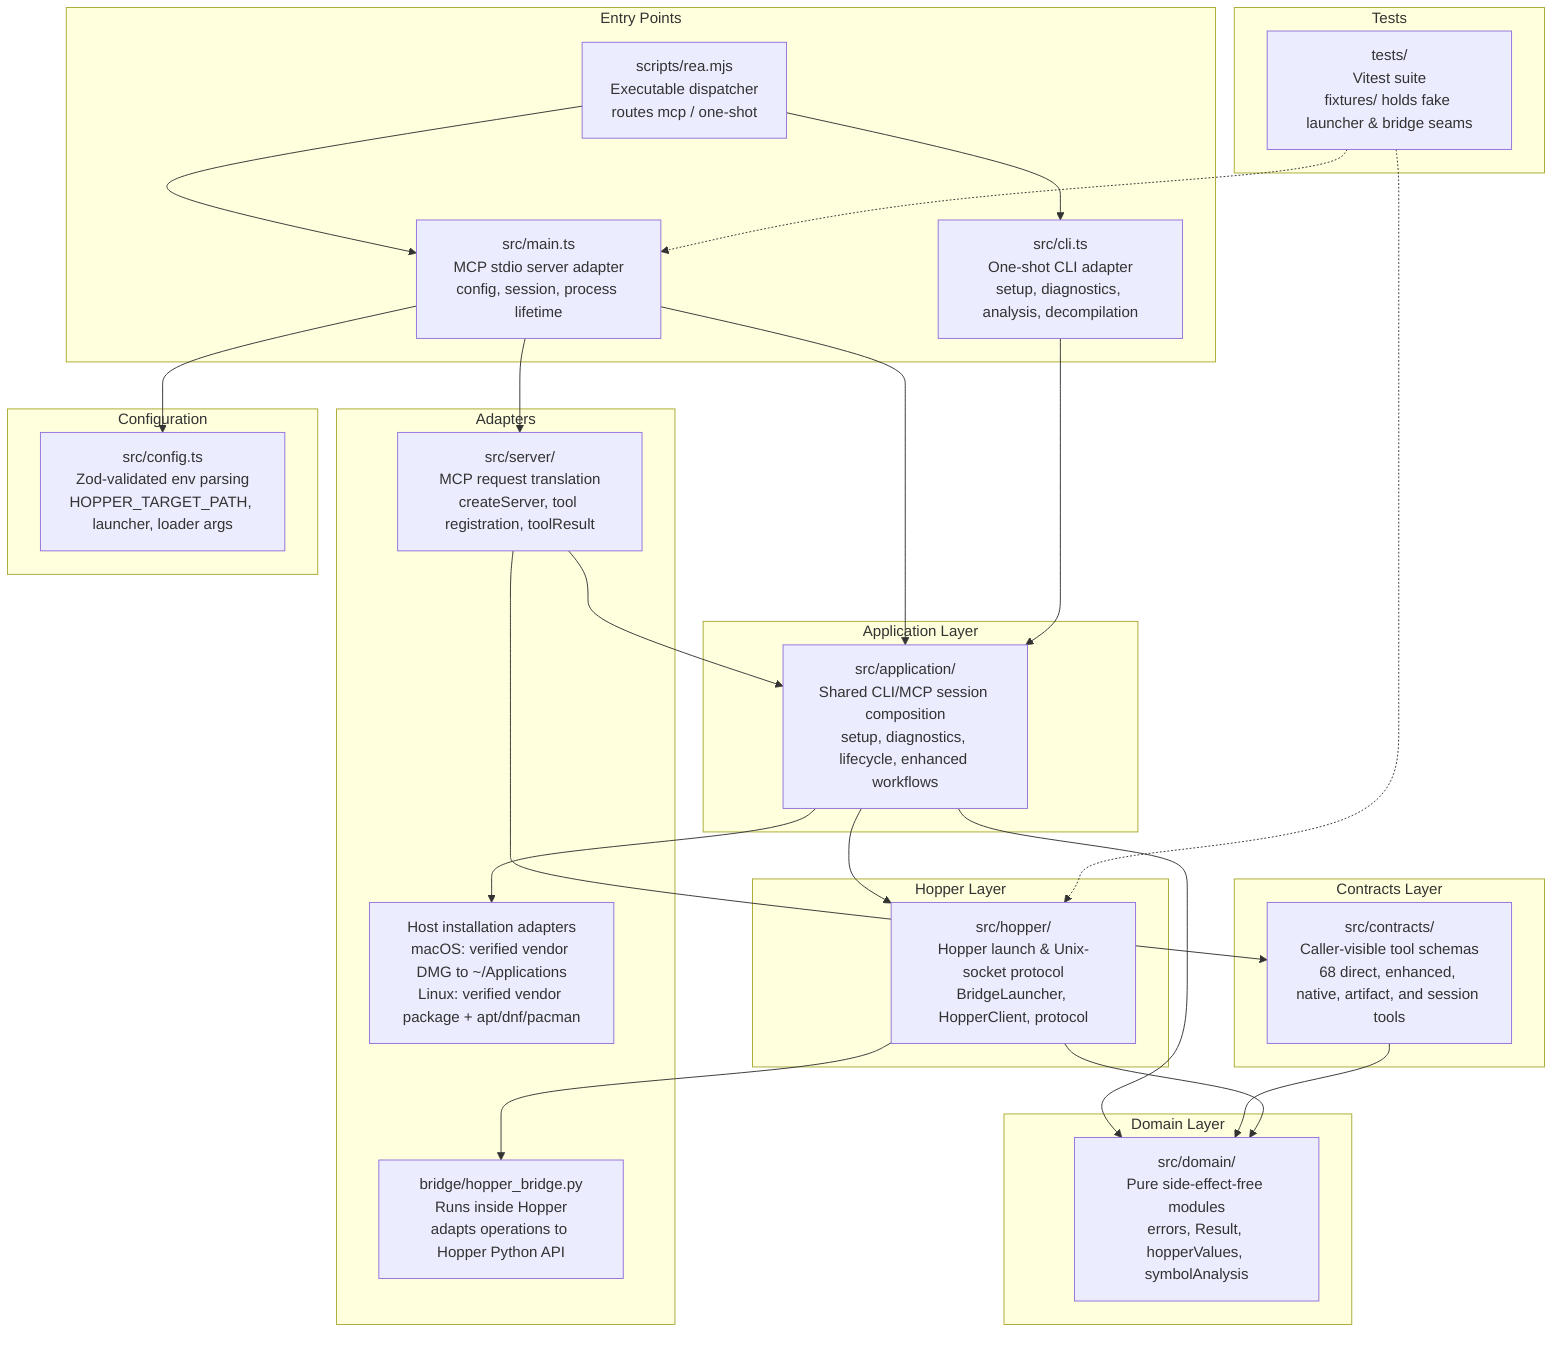
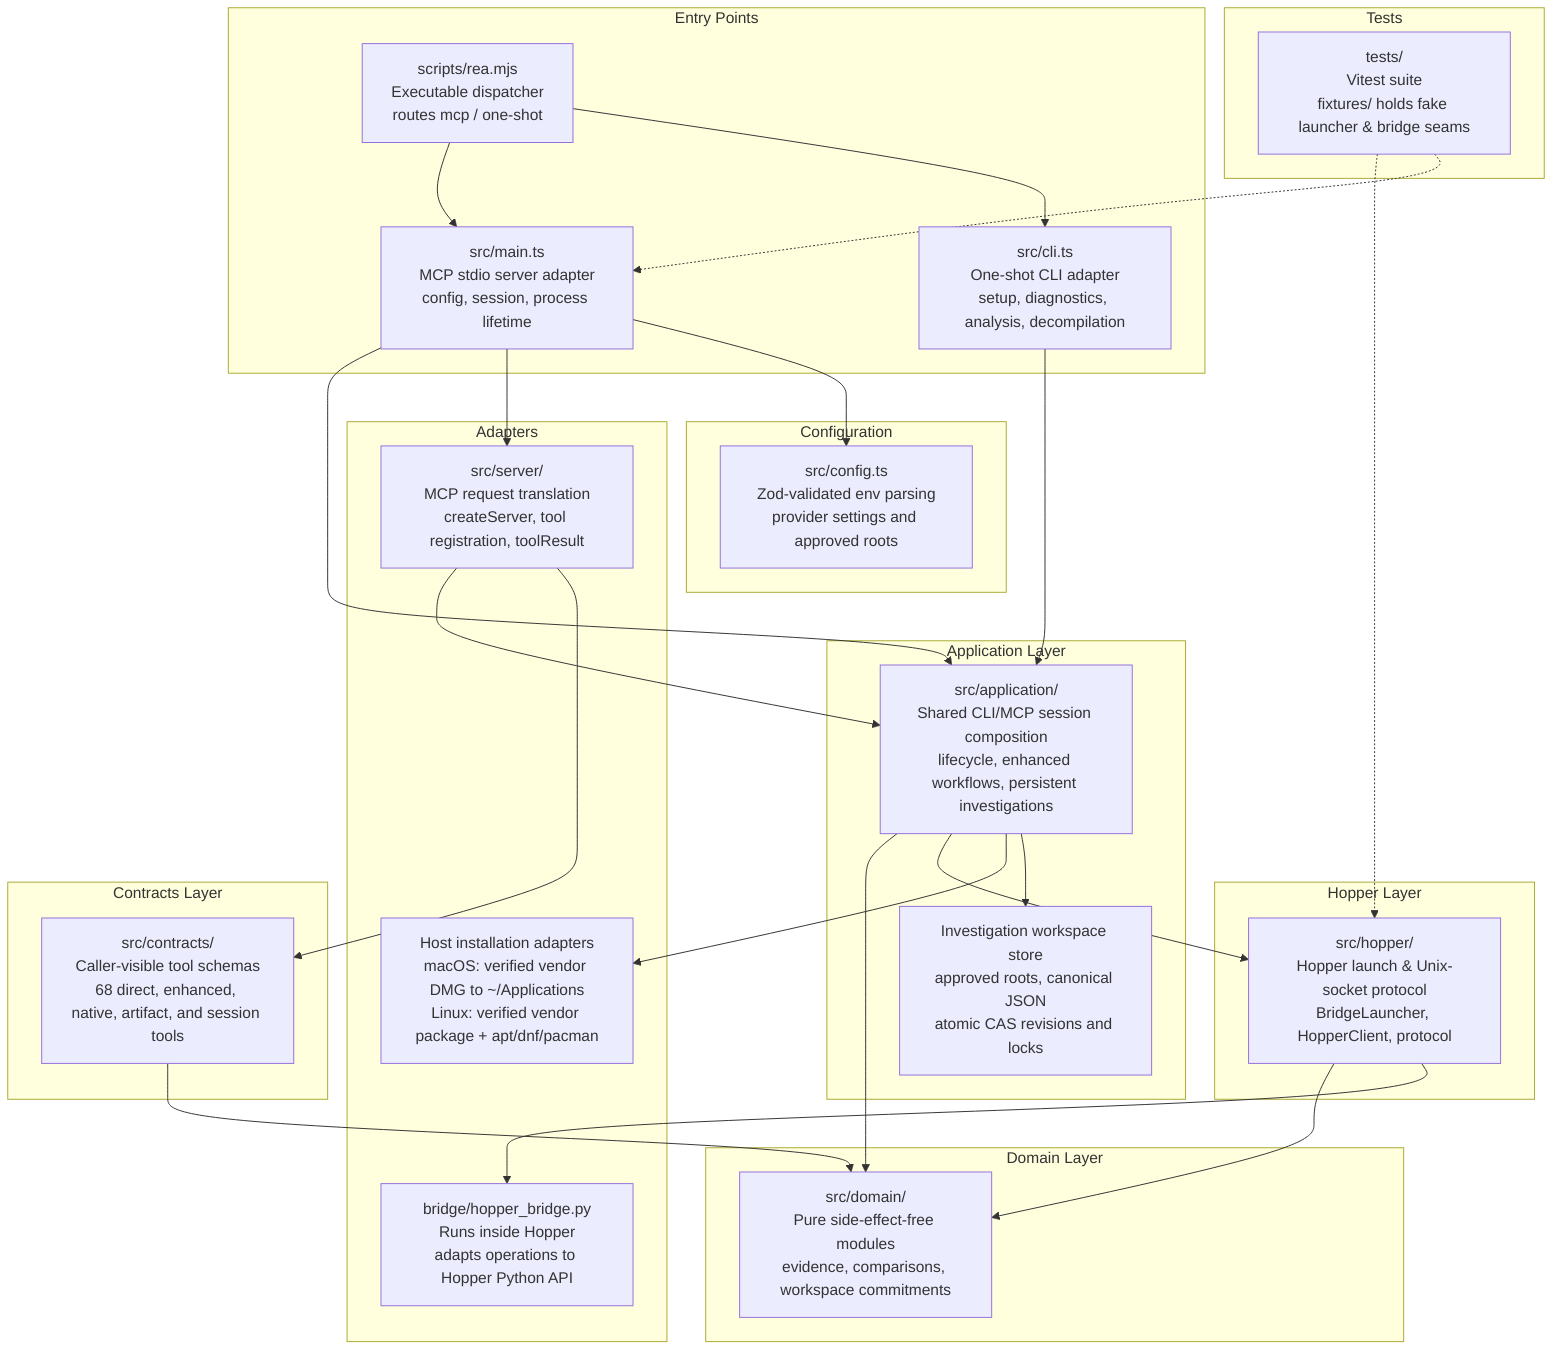
graph TD
    subgraph "Entry Points"
        CLI["src/cli.ts<br/>One-shot CLI adapter<br/>setup, diagnostics, analysis, decompilation"]
        MAIN["src/main.ts<br/>MCP stdio server adapter<br/>config, session, process lifetime"]
        DISPATCH["scripts/rea.mjs<br/>Executable dispatcher<br/>routes mcp / one-shot"]
    end

    subgraph "Adapters"
        SERVER["src/server/<br/>MCP request translation<br/>createServer, tool registration, toolResult"]
        BRIDGE["bridge/hopper_bridge.py<br/>Runs inside Hopper<br/>adapts operations to Hopper Python API"]
        INSTALL["Host installation adapters<br/>macOS: verified vendor DMG to ~/Applications<br/>Linux: verified vendor package + apt/dnf/pacman"]
    end

    subgraph "Application Layer"
-         APP["src/application/<br/>Shared CLI/MCP session composition<br/>setup, diagnostics, lifecycle, enhanced workflows"]
+         APP["src/application/<br/>Shared CLI/MCP session composition<br/>lifecycle, enhanced workflows, persistent investigations"]
+         WORKSPACE["Investigation workspace store<br/>approved roots, canonical JSON<br/>atomic CAS revisions and locks"]
    end

    subgraph "Hopper Layer"
        HOPPER["src/hopper/<br/>Hopper launch & Unix-socket protocol<br/>BridgeLauncher, HopperClient, protocol"]
    end

    subgraph "Contracts Layer"
        CONTRACTS["src/contracts/<br/>Caller-visible tool schemas<br/>68 direct, enhanced, native, artifact, and session tools"]
    end

    subgraph "Domain Layer"
-         DOMAIN["src/domain/<br/>Pure side-effect-free modules<br/>errors, Result, hopperValues, symbolAnalysis"]
+         DOMAIN["src/domain/<br/>Pure side-effect-free modules<br/>evidence, comparisons, workspace commitments"]
    end

    subgraph "Configuration"
-         CONFIG["src/config.ts<br/>Zod-validated env parsing<br/>HOPPER_TARGET_PATH, launcher, loader args"]
+         CONFIG["src/config.ts<br/>Zod-validated env parsing<br/>provider settings and approved roots"]
    end

    subgraph "Tests"
        TESTS["tests/<br/>Vitest suite<br/>fixtures/ holds fake launcher & bridge seams"]
    end

    DISPATCH --> CLI
    DISPATCH --> MAIN
    MAIN --> CONFIG
    MAIN --> SERVER
    MAIN --> APP
    CLI --> APP
+     APP --> WORKSPACE
    APP --> INSTALL
    SERVER --> CONTRACTS
    SERVER --> APP
    APP --> HOPPER
    HOPPER --> BRIDGE
    APP --> DOMAIN
    CONTRACTS --> DOMAIN
    HOPPER --> DOMAIN
    TESTS -.-> MAIN
    TESTS -.-> HOPPER
